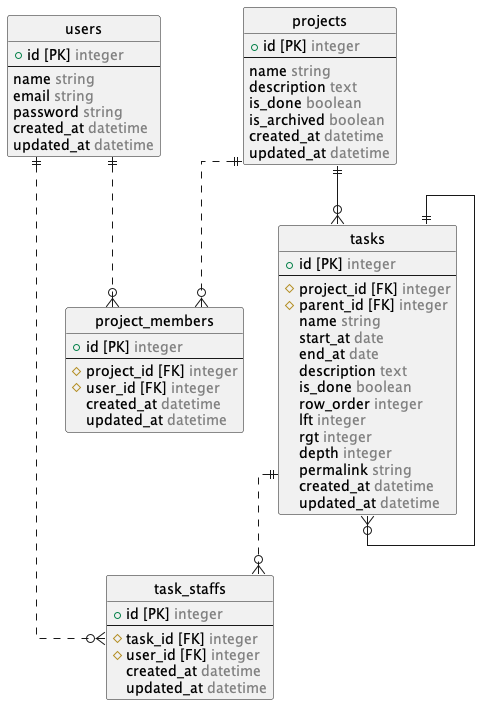
Before: docs/erd/out/relation/erd.png, a diagram exported from PlantUML (musashi-634/taskwith). The source it was exported from:
```plantuml
@startuml erd

  !include entity.pu

  hide circle

  skinparam linetype ortho

  projects ||--o{ tasks
  projects ||..o{ project_members
  tasks ||--o{ tasks
  tasks ||..o{ task_staffs
  users ||..o{ project_members
  users ||..o{ task_staffs

@enduml
```
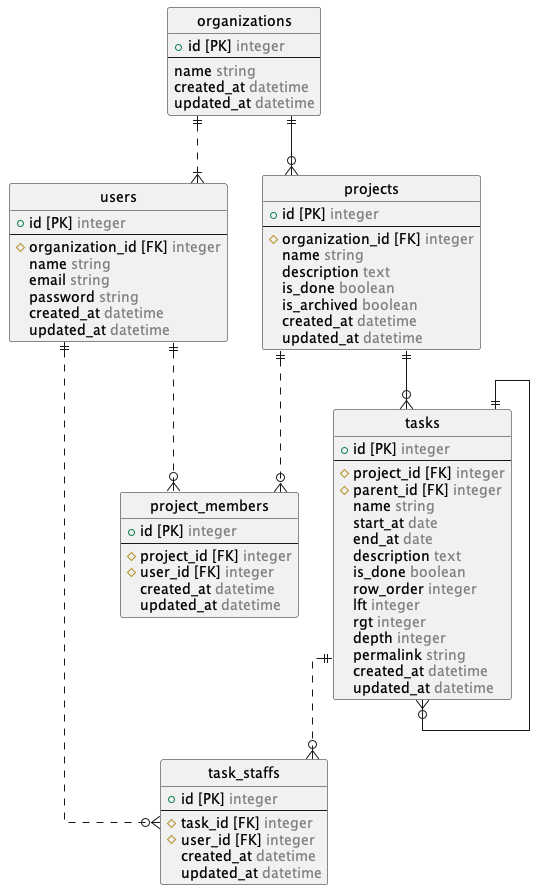
After the commit.

Commit message:
docs: #52 ER図に組織を追加する

What changed in the source:
```diff
@@ -6,6 +6,8 @@
 
   skinparam linetype ortho
 
+  organizations ||--o{ projects
+  organizations ||..|{ users
   projects ||--o{ tasks
   projects ||..o{ project_members
   tasks ||--o{ tasks
```
